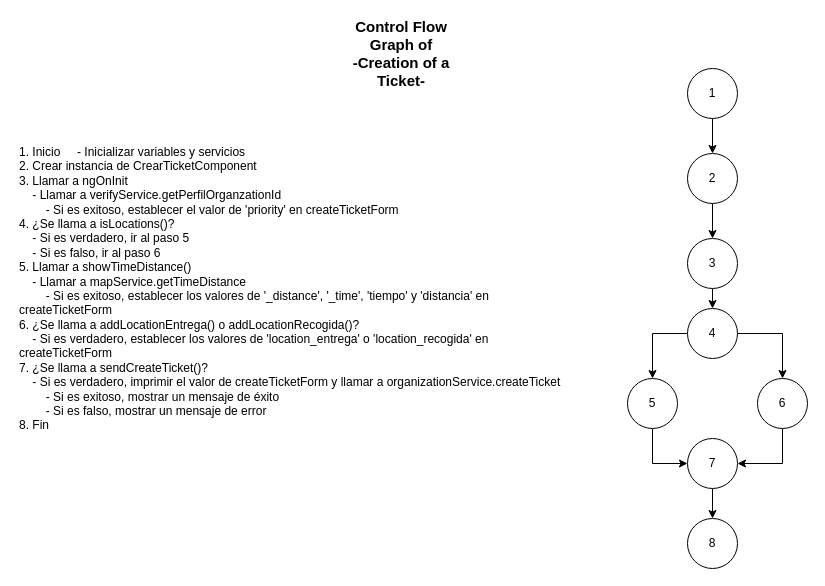
The draw.io diagram MM PATH COLIBRI.drawio in EZambranoFx/DIAGRAMAS, before the edit. Source tidied: cells renumbered, new cells numbered last; positions are measured from the earlier drawing's top-left corner, leaving out a move shared by most shapes. Both pictures are drawn from the tidied source at 100%, with x=0, y=0 at pixel (17, 38).
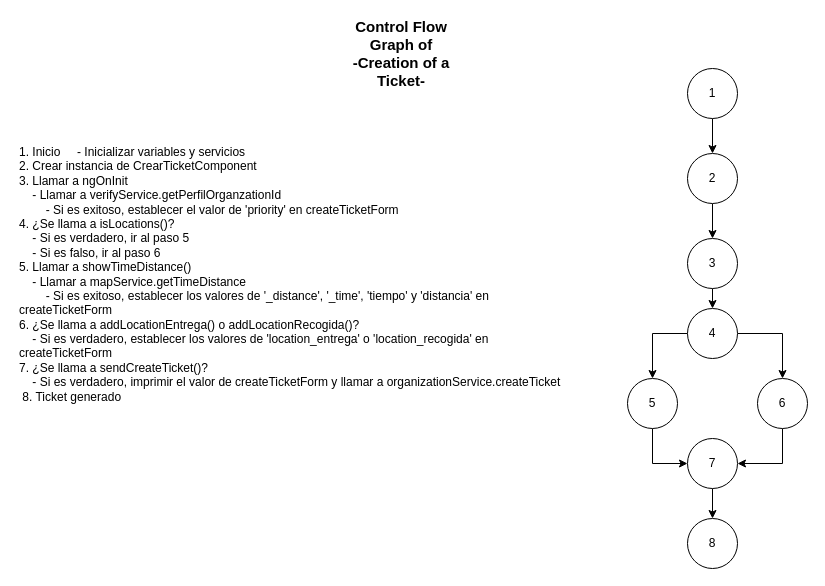
The same page after the edit.

Diff of the diagram source:
```diff
@@
 <mxGraphModel>
   <root>
     <mxCell id="0" />
     <mxCell id="1" parent="0" />
-    <mxCell id="2" value="1. Inicio     - Inicializar variables y servicios&#10;2. Crear instancia de CrearTicketComponent&#10;3. Llamar a ngOnInit&#10;    - Llamar a verifyService.getPerfilOrganzationId&#10;        - Si es exitoso, establecer el valor de 'priority' en createTicketForm&#10;4. ¿Se llama a isLocations()?&#10;    - Si es verdadero, ir al paso 5&#10;    - Si es falso, ir al paso 6&#10;5. Llamar a showTimeDistance()&#10;    - Llamar a mapService.getTimeDistance&#10;        - Si es exitoso, establecer los valores de '_distance', '_time', 'tiempo' y 'distancia' en createTicketForm&#10;6. ¿Se llama a addLocationEntrega() o addLocationRecogida()?&#10;    - Si es verdadero, establecer los valores de 'location_entrega' o 'location_recogida' en createTicketForm&#10;7. ¿Se llama a sendCreateTicket()?&#10;    - Si es verdadero, imprimir el valor de createTicketForm y llamar a organizationService.createTicket&#10;        - Si es exitoso, mostrar un mensaje de éxito&#10;        - Si es falso, mostrar un mensaje de error&#10;8. Fin" style="text;whiteSpace=wrap;" parent="1" vertex="1">
+    <mxCell id="2" value="1. Inicio     - Inicializar variables y servicios&#10;2. Crear instancia de CrearTicketComponent&#10;3. Llamar a ngOnInit&#10;    - Llamar a verifyService.getPerfilOrganzationId&#10;        - Si es exitoso, establecer el valor de 'priority' en createTicketForm&#10;4. ¿Se llama a isLocations()?&#10;    - Si es verdadero, ir al paso 5&#10;    - Si es falso, ir al paso 6&#10;5. Llamar a showTimeDistance()&#10;    - Llamar a mapService.getTimeDistance&#10;        - Si es exitoso, establecer los valores de '_distance', '_time', 'tiempo' y 'distancia' en createTicketForm&#10;6. ¿Se llama a addLocationEntrega() o addLocationRecogida()?&#10;    - Si es verdadero, establecer los valores de 'location_entrega' o 'location_recogida' en createTicketForm&#10;7. ¿Se llama a sendCreateTicket()?&#10;    - Si es verdadero, imprimir el valor de createTicketForm y llamar a organizationService.createTicket&#10; 8. Ticket generado" style="text;whiteSpace=wrap;" parent="1" vertex="1">
       <mxGeometry y="100" width="560" height="340" as="geometry" />
     </mxCell>
     <mxCell id="3" value="&lt;b&gt;&lt;font style=&quot;font-size: 15px;&quot;&gt;&lt;b&gt;Control Flow Graph of&lt;/b&gt;&lt;br&gt;&lt;span style=&quot;font-size: 15px;&quot;&gt;&lt;b&gt;-Creation of a Ticket-&lt;/b&gt;&lt;/span&gt;&lt;br&gt;&lt;/font&gt;&lt;/b&gt;" style="text;html=1;strokeColor=none;fillColor=none;align=center;verticalAlign=middle;whiteSpace=wrap;rounded=0;" parent="1" vertex="1">
       <mxGeometry x="324" width="120" height="30" as="geometry" />
     </mxCell>
     <mxCell id="4" style="edgeStyle=orthogonalEdgeStyle;rounded=0;jettySize=auto;html=1;exitX=0.5;exitY=1;exitDx=0;exitDy=0;entryX=0.5;entryY=0;entryDx=0;entryDy=0;" parent="1" edge="1" source="5" target="7">
       <mxGeometry relative="1" as="geometry" />
     </mxCell>
     <mxCell id="5" value="1" style="ellipse;whiteSpace=wrap;html=1;" parent="1" vertex="1">
       <mxGeometry x="670" y="30" width="50" height="50" as="geometry" />
     </mxCell>
     <mxCell id="6" style="edgeStyle=orthogonalEdgeStyle;rounded=0;jettySize=auto;html=1;exitX=0.5;exitY=1;exitDx=0;exitDy=0;entryX=0.5;entryY=0;entryDx=0;entryDy=0;" parent="1" edge="1" source="7" target="9">
       <mxGeometry relative="1" as="geometry" />
     </mxCell>
     <mxCell id="7" value="2" style="ellipse;whiteSpace=wrap;html=1;" parent="1" vertex="1">
       <mxGeometry x="670" y="115" width="50" height="50" as="geometry" />
     </mxCell>
     <mxCell id="8" style="edgeStyle=orthogonalEdgeStyle;rounded=0;jettySize=auto;html=1;exitX=0.5;exitY=1;exitDx=0;exitDy=0;entryX=0.5;entryY=0;entryDx=0;entryDy=0;" parent="1" edge="1" source="9" target="12">
       <mxGeometry relative="1" as="geometry" />
     </mxCell>
     <mxCell id="9" value="3" style="ellipse;whiteSpace=wrap;html=1;" parent="1" vertex="1">
       <mxGeometry x="670" y="200" width="50" height="50" as="geometry" />
     </mxCell>
     <mxCell id="10" style="edgeStyle=orthogonalEdgeStyle;rounded=0;jettySize=auto;html=1;exitX=0;exitY=0.5;exitDx=0;exitDy=0;entryX=0.5;entryY=0;entryDx=0;entryDy=0;" parent="1" edge="1" source="12" target="14">
       <mxGeometry relative="1" as="geometry" />
     </mxCell>
     <mxCell id="11" style="edgeStyle=orthogonalEdgeStyle;rounded=0;jettySize=auto;html=1;exitX=1;exitY=0.5;exitDx=0;exitDy=0;entryX=0.5;entryY=0;entryDx=0;entryDy=0;" parent="1" edge="1" source="12" target="16">
       <mxGeometry relative="1" as="geometry" />
     </mxCell>
     <mxCell id="12" value="4" style="ellipse;whiteSpace=wrap;html=1;" parent="1" vertex="1">
       <mxGeometry x="670" y="270" width="50" height="50" as="geometry" />
     </mxCell>
     <mxCell id="13" style="edgeStyle=orthogonalEdgeStyle;rounded=0;jettySize=auto;html=1;exitX=0.5;exitY=1;exitDx=0;exitDy=0;entryX=0;entryY=0.5;entryDx=0;entryDy=0;" parent="1" edge="1" source="14" target="18">
       <mxGeometry relative="1" as="geometry" />
     </mxCell>
     <mxCell id="14" value="5" style="ellipse;whiteSpace=wrap;html=1;" parent="1" vertex="1">
       <mxGeometry x="610" y="340" width="50" height="50" as="geometry" />
     </mxCell>
     <mxCell id="15" style="edgeStyle=orthogonalEdgeStyle;rounded=0;jettySize=auto;html=1;exitX=0.5;exitY=1;exitDx=0;exitDy=0;entryX=1;entryY=0.5;entryDx=0;entryDy=0;" parent="1" edge="1" source="16" target="18">
       <mxGeometry relative="1" as="geometry" />
     </mxCell>
     <mxCell id="16" value="6" style="ellipse;whiteSpace=wrap;html=1;" parent="1" vertex="1">
       <mxGeometry x="740" y="340" width="50" height="50" as="geometry" />
     </mxCell>
     <mxCell id="17" style="edgeStyle=orthogonalEdgeStyle;rounded=0;jettySize=auto;html=1;exitX=0.5;exitY=1;exitDx=0;exitDy=0;entryX=0.5;entryY=0;entryDx=0;entryDy=0;" parent="1" edge="1" source="18" target="19">
       <mxGeometry relative="1" as="geometry" />
     </mxCell>
     <mxCell id="18" value="7" style="ellipse;whiteSpace=wrap;html=1;" parent="1" vertex="1">
       <mxGeometry x="670" y="400" width="50" height="50" as="geometry" />
     </mxCell>
     <mxCell id="19" value="8" style="ellipse;whiteSpace=wrap;html=1;" parent="1" vertex="1">
       <mxGeometry x="670" y="480" width="50" height="50" as="geometry" />
     </mxCell>
   </root>
 </mxGraphModel>
```
